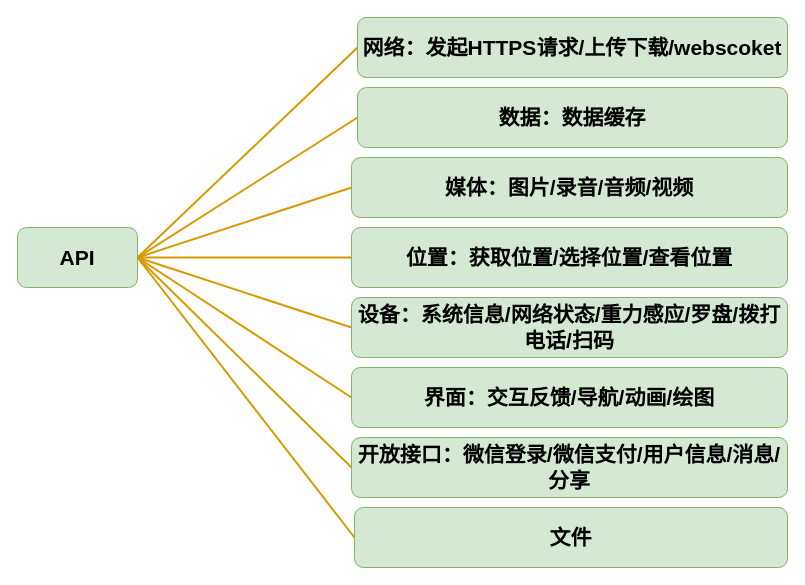
This is API结构.drawio from ov0-0vo/1, a draw.io file, before an edit. Source tidied: cells renumbered, new cells numbered last; positions are measured from the earlier drawing's top-left corner, leaving out a move shared by most shapes. Both pictures are drawn from the tidied source at 100%, with x=0, y=0 at pixel (17, 17).
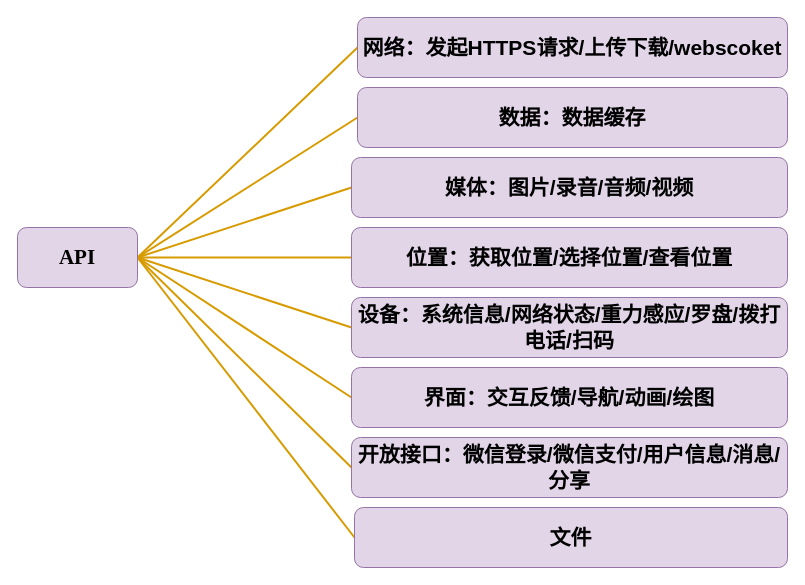
The same page after the edit.

Diff of the diagram source:
```diff
@@
 <mxGraphModel>
   <root>
     <mxCell id="0" />
     <mxCell id="1" parent="0" />
     <mxCell id="2" style="rounded=0;jettySize=auto;html=1;exitX=1;exitY=0.5;exitDx=0;exitDy=0;entryX=0;entryY=0.5;entryDx=0;entryDy=0;endArrow=none;endFill=0;strokeWidth=2;fillColor=#ffe6cc;strokeColor=#d79b00;" parent="1" edge="1" source="10" target="15">
       <mxGeometry relative="1" as="geometry" />
     </mxCell>
     <mxCell id="3" style="edgeStyle=none;shape=connector;rounded=0;jettySize=auto;html=1;exitX=1;exitY=0.5;exitDx=0;exitDy=0;entryX=0;entryY=0.5;entryDx=0;entryDy=0;labelBackgroundColor=default;strokeColor=#d79b00;strokeWidth=2;fontFamily=Helvetica;fontSize=11;fontColor=default;endArrow=none;endFill=0;fillColor=#ffe6cc;" parent="1" edge="1" source="10" target="17">
       <mxGeometry relative="1" as="geometry" />
     </mxCell>
     <mxCell id="4" style="edgeStyle=none;shape=connector;rounded=0;jettySize=auto;html=1;exitX=1;exitY=0.5;exitDx=0;exitDy=0;entryX=0;entryY=0.5;entryDx=0;entryDy=0;labelBackgroundColor=default;strokeColor=#d79b00;strokeWidth=2;fontFamily=Helvetica;fontSize=11;fontColor=default;endArrow=none;endFill=0;fillColor=#ffe6cc;" parent="1" edge="1" source="10" target="14">
       <mxGeometry relative="1" as="geometry" />
     </mxCell>
     <mxCell id="5" style="edgeStyle=none;shape=connector;rounded=0;jettySize=auto;html=1;exitX=1;exitY=0.5;exitDx=0;exitDy=0;entryX=0;entryY=0.5;entryDx=0;entryDy=0;labelBackgroundColor=default;strokeColor=#d79b00;strokeWidth=2;fontFamily=Helvetica;fontSize=11;fontColor=default;endArrow=none;endFill=0;fillColor=#ffe6cc;" parent="1" edge="1" source="10" target="13">
       <mxGeometry relative="1" as="geometry" />
     </mxCell>
     <mxCell id="6" style="edgeStyle=none;shape=connector;rounded=0;jettySize=auto;html=1;exitX=1;exitY=0.5;exitDx=0;exitDy=0;entryX=0;entryY=0.5;entryDx=0;entryDy=0;labelBackgroundColor=default;strokeColor=#d79b00;strokeWidth=2;fontFamily=Helvetica;fontSize=11;fontColor=default;endArrow=none;endFill=0;fillColor=#ffe6cc;" parent="1" edge="1" source="10" target="11">
       <mxGeometry relative="1" as="geometry" />
     </mxCell>
     <mxCell id="7" style="edgeStyle=none;shape=connector;rounded=0;jettySize=auto;html=1;exitX=1;exitY=0.5;exitDx=0;exitDy=0;entryX=0;entryY=0.5;entryDx=0;entryDy=0;labelBackgroundColor=default;strokeColor=#d79b00;strokeWidth=2;fontFamily=Helvetica;fontSize=11;fontColor=default;endArrow=none;endFill=0;fillColor=#ffe6cc;" parent="1" edge="1" source="10" target="12">
       <mxGeometry relative="1" as="geometry" />
     </mxCell>
     <mxCell id="8" style="edgeStyle=none;shape=connector;rounded=0;jettySize=auto;html=1;exitX=1;exitY=0.5;exitDx=0;exitDy=0;entryX=0;entryY=0.5;entryDx=0;entryDy=0;labelBackgroundColor=default;strokeColor=#d79b00;strokeWidth=2;fontFamily=Helvetica;fontSize=11;fontColor=default;endArrow=none;endFill=0;fillColor=#ffe6cc;" parent="1" edge="1" source="10" target="16">
       <mxGeometry relative="1" as="geometry" />
     </mxCell>
     <mxCell id="9" style="edgeStyle=none;shape=connector;rounded=0;jettySize=auto;html=1;exitX=1;exitY=0.5;exitDx=0;exitDy=0;entryX=0;entryY=0.5;entryDx=0;entryDy=0;labelBackgroundColor=default;strokeColor=#d79b00;strokeWidth=2;fontFamily=Helvetica;fontSize=11;fontColor=default;endArrow=none;endFill=0;fillColor=#ffe6cc;" parent="1" edge="1" source="10" target="18">
       <mxGeometry relative="1" as="geometry" />
     </mxCell>
-    <mxCell id="10" value="&lt;b&gt;&lt;font style=&quot;font-size: 21px;&quot;&gt;API&lt;/font&gt;&lt;/b&gt;" style="rounded=1;whiteSpace=wrap;html=1;fillColor=#d5e8d4;strokeColor=#82b366;" parent="1" vertex="1">
+    <mxCell id="10" value="&lt;b&gt;&lt;font face=&quot;Times New Roman&quot; style=&quot;font-size: 21px;&quot;&gt;API&lt;/font&gt;&lt;/b&gt;" style="rounded=1;whiteSpace=wrap;html=1;fillColor=#e1d5e7;strokeColor=#9673a6;" parent="1" vertex="1">
       <mxGeometry y="210" width="120" height="60" as="geometry" />
     </mxCell>
-    <mxCell id="11" value="&lt;b&gt;&lt;font style=&quot;font-size: 21px;&quot;&gt;设备：系统信息/网络状态/重力感应/罗盘/拨打电话/扫码&lt;/font&gt;&lt;/b&gt;" style="rounded=1;whiteSpace=wrap;html=1;fillColor=#d5e8d4;strokeColor=#82b366;" parent="1" vertex="1">
+    <mxCell id="11" value="&lt;b&gt;&lt;font style=&quot;font-size: 21px;&quot;&gt;设备：系统信息/网络状态/重力感应/罗盘/拨打电话/扫码&lt;/font&gt;&lt;/b&gt;" style="rounded=1;whiteSpace=wrap;html=1;fillColor=#e1d5e7;strokeColor=#9673a6;" parent="1" vertex="1">
       <mxGeometry x="334" y="280" width="436" height="60" as="geometry" />
     </mxCell>
-    <mxCell id="12" value="&lt;b&gt;&lt;font style=&quot;font-size: 21px;&quot;&gt;界面：交互反馈/导航/动画/绘图&lt;/font&gt;&lt;/b&gt;" style="rounded=1;whiteSpace=wrap;html=1;fillColor=#d5e8d4;strokeColor=#82b366;" parent="1" vertex="1">
+    <mxCell id="12" value="&lt;b&gt;&lt;font style=&quot;font-size: 21px;&quot;&gt;界面：交互反馈/导航/动画/绘图&lt;/font&gt;&lt;/b&gt;" style="rounded=1;whiteSpace=wrap;html=1;fillColor=#e1d5e7;strokeColor=#9673a6;" parent="1" vertex="1">
       <mxGeometry x="334" y="350" width="436" height="60" as="geometry" />
     </mxCell>
-    <mxCell id="13" value="&lt;b&gt;&lt;font style=&quot;font-size: 21px;&quot;&gt;位置：获取位置/选择位置/查看位置&lt;/font&gt;&lt;/b&gt;" style="rounded=1;whiteSpace=wrap;html=1;fillColor=#d5e8d4;strokeColor=#82b366;" parent="1" vertex="1">
+    <mxCell id="13" value="&lt;b&gt;&lt;font style=&quot;font-size: 21px;&quot;&gt;位置：获取位置/选择位置/查看位置&lt;/font&gt;&lt;/b&gt;" style="rounded=1;whiteSpace=wrap;html=1;fillColor=#e1d5e7;strokeColor=#9673a6;" parent="1" vertex="1">
       <mxGeometry x="334" y="210" width="436" height="60" as="geometry" />
     </mxCell>
-    <mxCell id="14" value="&lt;b&gt;&lt;font style=&quot;font-size: 21px;&quot;&gt;媒体：图片/录音/音频/视频&lt;/font&gt;&lt;/b&gt;" style="rounded=1;whiteSpace=wrap;html=1;fillColor=#d5e8d4;strokeColor=#82b366;" parent="1" vertex="1">
+    <mxCell id="14" value="&lt;b&gt;&lt;font style=&quot;font-size: 21px;&quot;&gt;媒体：图片/录音/音频/视频&lt;/font&gt;&lt;/b&gt;" style="rounded=1;whiteSpace=wrap;html=1;fillColor=#e1d5e7;strokeColor=#9673a6;" parent="1" vertex="1">
       <mxGeometry x="334" y="140" width="436" height="60" as="geometry" />
     </mxCell>
-    <mxCell id="15" value="&lt;span style=&quot;font-size: 21px;&quot;&gt;&lt;b&gt;网络：发起HTTPS请求/上传下载/webscoket&lt;/b&gt;&lt;/span&gt;" style="rounded=1;whiteSpace=wrap;html=1;fillColor=#d5e8d4;strokeColor=#82b366;" parent="1" vertex="1">
+    <mxCell id="15" value="&lt;span style=&quot;font-size: 21px;&quot;&gt;&lt;b&gt;网络：发起HTTPS请求/上传下载/webscoket&lt;/b&gt;&lt;/span&gt;" style="rounded=1;whiteSpace=wrap;html=1;fillColor=#e1d5e7;strokeColor=#9673a6;" parent="1" vertex="1">
       <mxGeometry x="340" width="430" height="60" as="geometry" />
     </mxCell>
-    <mxCell id="16" value="&lt;b&gt;&lt;font style=&quot;font-size: 21px;&quot;&gt;开放接口：微信登录/微信支付/用户信息/消息/分享&lt;/font&gt;&lt;/b&gt;" style="rounded=1;whiteSpace=wrap;html=1;fillColor=#d5e8d4;strokeColor=#82b366;" parent="1" vertex="1">
+    <mxCell id="16" value="&lt;b&gt;&lt;font style=&quot;font-size: 21px;&quot;&gt;开放接口：微信登录/微信支付/用户信息/消息/分享&lt;/font&gt;&lt;/b&gt;" style="rounded=1;whiteSpace=wrap;html=1;fillColor=#e1d5e7;strokeColor=#9673a6;" parent="1" vertex="1">
       <mxGeometry x="334" y="420" width="436" height="60" as="geometry" />
     </mxCell>
-    <mxCell id="17" value="&lt;span style=&quot;font-size: 21px;&quot;&gt;&lt;b&gt;数据：数据缓存&lt;/b&gt;&lt;/span&gt;" style="rounded=1;whiteSpace=wrap;html=1;fillColor=#d5e8d4;strokeColor=#82b366;" parent="1" vertex="1">
+    <mxCell id="17" value="&lt;span style=&quot;font-size: 21px;&quot;&gt;&lt;b&gt;数据：数据缓存&lt;/b&gt;&lt;/span&gt;" style="rounded=1;whiteSpace=wrap;html=1;fillColor=#e1d5e7;strokeColor=#9673a6;" parent="1" vertex="1">
       <mxGeometry x="340" y="70" width="430" height="60" as="geometry" />
     </mxCell>
-    <mxCell id="18" value="&lt;span style=&quot;font-size: 21px;&quot;&gt;&lt;b&gt;文件&lt;/b&gt;&lt;/span&gt;" style="rounded=1;whiteSpace=wrap;html=1;fillColor=#d5e8d4;strokeColor=#82b366;" parent="1" vertex="1">
+    <mxCell id="18" value="&lt;span style=&quot;font-size: 21px;&quot;&gt;&lt;b&gt;文件&lt;/b&gt;&lt;/span&gt;" style="rounded=1;whiteSpace=wrap;html=1;fillColor=#e1d5e7;strokeColor=#9673a6;" parent="1" vertex="1">
       <mxGeometry x="337" y="490" width="433" height="60" as="geometry" />
     </mxCell>
   </root>
 </mxGraphModel>
```
